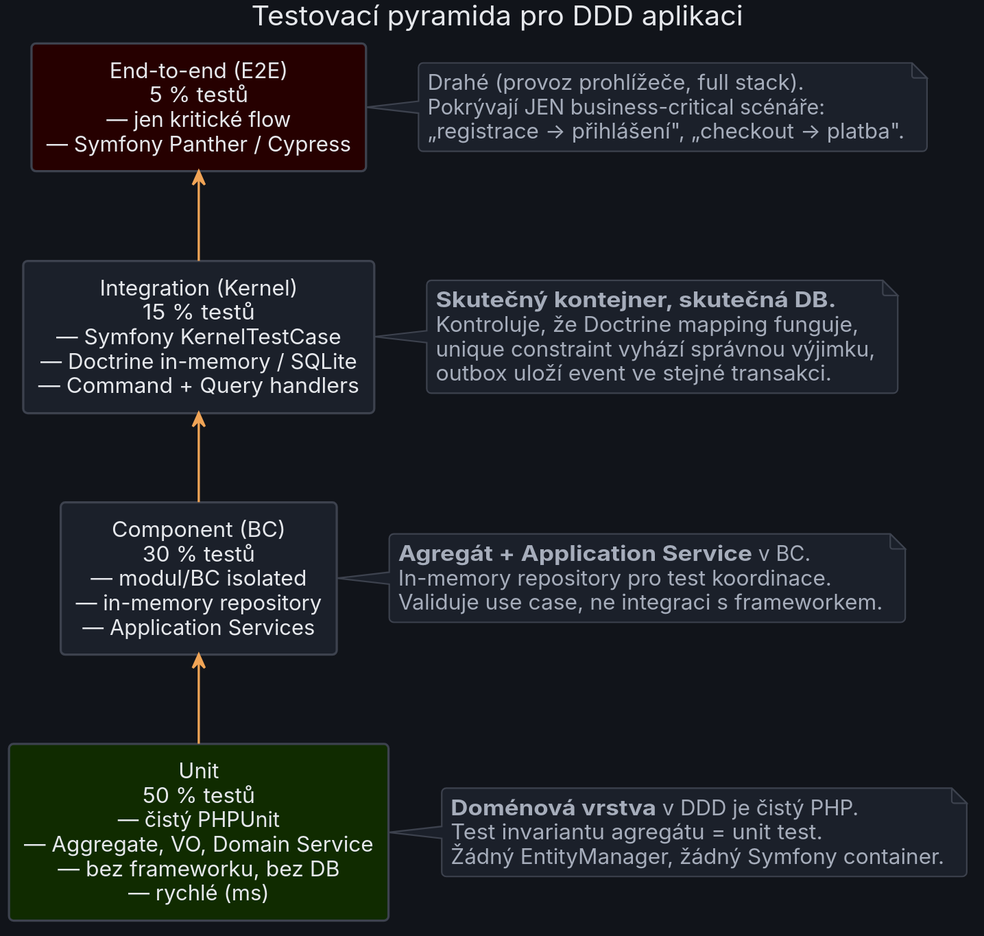
Above: public/images/diagrams/18_testing_ddd/test_pyramid.svg in MichalKatuscak/ddd-v-symfony (PlantUML), before the change. Its diagram source:
```plantuml
@startuml test_pyramid
skinparam dpi 150
skinparam backgroundColor #11141A
skinparam shadowing false
skinparam roundCorner 6

skinparam defaultFontName "DejaVu Sans"
skinparam defaultFontSize 14
skinparam defaultFontColor #E6E8EC
skinparam defaultTextAlignment center


skinparam ArrowColor #F0A456
skinparam ArrowFontColor #E6E8EC
skinparam ArrowThickness 1.5

skinparam node {
  BackgroundColor #161A22
  BorderColor #3D424E
  FontColor #E6E8EC
}

skinparam component {
  BackgroundColor #161A22
  BorderColor #3D424E
  FontColor #E6E8EC
}

skinparam rectangle {
  BackgroundColor #161A22
  BorderColor #3D424E
  FontColor #E6E8EC
}

skinparam package {
  BackgroundColor #11141A
  BorderColor #F0A456
  FontColor #F0A456
}

skinparam folder {
  BackgroundColor #161A22
  BorderColor #3D424E
  FontColor #E6E8EC
}

skinparam frame {
  BackgroundColor #161A22
  BorderColor #3D424E
  FontColor #E6E8EC
}

skinparam database {
  BackgroundColor #1B202A
  BorderColor #3D424E
  FontColor #E6E8EC
}

skinparam queue {
  BackgroundColor #1B202A
  BorderColor #3D424E
  FontColor #E6E8EC
}

skinparam cloud {
  BackgroundColor #1B202A
  BorderColor #3D424E
  FontColor #E6E8EC
}

skinparam actor {
  BackgroundColor #161A22
  BorderColor #F0A456
  FontColor #E6E8EC
}

skinparam usecase {
  BackgroundColor #161A22
  BorderColor #3D424E
  FontColor #E6E8EC
}

skinparam class {
  BackgroundColor #161A22
  BorderColor #3D424E
  HeaderBackgroundColor #1B202A
  ArrowColor #F0A456
  FontColor #E6E8EC
  AttributeFontColor #A6ADBB
  StereotypeFontColor #F0A456
}

skinparam object {
  BackgroundColor #161A22
  BorderColor #3D424E
  FontColor #E6E8EC
}

skinparam sequence {
  ParticipantBackgroundColor #161A22
  ParticipantBorderColor #3D424E
  ParticipantFontColor #E6E8EC
  ActorBackgroundColor #161A22
  ActorBorderColor #F0A456
  ActorFontColor #E6E8EC
  LifeLineBorderColor #3D424E
  LifeLineBackgroundColor #1B202A
  ArrowColor #F0A456
  ArrowFontColor #E6E8EC
  GroupBackgroundColor #1B202A
  GroupBorderColor #3D424E
  GroupFontColor #A6ADBB
  GroupHeaderFontColor #F0A456
  BoxBackgroundColor #11141A
  BoxBorderColor #F0A456
  BoxFontColor #F0A456
  DividerBackgroundColor #1B202A
  DividerBorderColor #3D424E
  DividerFontColor #A6ADBB
  ReferenceBackgroundColor #161A22
  ReferenceBorderColor #3D424E
  ReferenceFontColor #E6E8EC
  ReferenceHeaderBackgroundColor #1B202A
  StereotypeFontColor #F0A456
}

skinparam state {
  BackgroundColor #161A22
  BorderColor #3D424E
  FontColor #E6E8EC
  StartColor #F0A456
  EndColor #F0A456
  ArrowColor #F0A456
  AttributeFontColor #A6ADBB
}

skinparam activity {
  BackgroundColor #161A22
  BorderColor #3D424E
  FontColor #E6E8EC
  ArrowColor #F0A456
  StartColor #F0A456
  EndColor #F0A456
  BarColor #F0A456
  DiamondBackgroundColor #1B202A
  DiamondBorderColor #3D424E
  DiamondFontColor #E6E8EC
}

skinparam note {
  BackgroundColor #1B202A
  BorderColor #3D424E
  FontColor #A6ADBB
}

skinparam title {
  FontColor #E6E8EC
  FontSize 18
}

skinparam legend {
  BackgroundColor #161A22
  BorderColor #3D424E
  FontColor #A6ADBB
}

skinparam caption {
  FontColor #A6ADBB
}

skinparam stereotype {
  CBackgroundColor #1B202A
  CBorderColor #F0A456
  ABackgroundColor #1B202A
  ABorderColor #F0A456
  IBackgroundColor #1B202A
  IBorderColor #F0A456
  EBackgroundColor #1B202A
  EBorderColor #F0A456
}

title Testovací pyramida pro DDD aplikaci

skinparam rectangle {
  BackgroundColor #161A22
  BorderColor #3D424E
  FontColor #E6E8EC
}

rectangle "End-to-end (E2E)\n5 % testů\n— jen kritické flow\n— Symfony Panther / Cypress" as e2e #260000
rectangle "Integration (Kernel)\n15 % testů\n— Symfony KernelTestCase\n— Doctrine in-memory / SQLite\n— Command + Query handlers" as int #1B202A
rectangle "Component (BC)\n30 % testů\n— modul/BC isolated\n— in-memory repository\n— Application Services" as comp #1B202A
rectangle "Unit\n50 % testů\n— čistý PHPUnit\n— Aggregate, VO, Domain Service\n— bez frameworku, bez DB\n— rychlé (ms)" as unit #102B00

unit -[#F0A456]up-> comp
comp -[#F0A456]up-> int
int -[#F0A456]up-> e2e

note right of unit
  **Doménová vrstva** v DDD je čistý PHP.
  Test invariantu agregátu = unit test.
  Žádný EntityManager, žádný Symfony container.
end note

note right of comp
  **Agregát + Application Service** v BC.
  In-memory repository pro test koordinace.
  Validuje use case, ne integraci s frameworkem.
end note

note right of int
  **Skutečný kontejner, skutečná DB.**
  Kontroluje, že Doctrine mapping funguje,
  unique constraint vyhází správnou výjimku,
  outbox uloží event ve stejné transakci.
end note

note right of e2e
  Drahé (provoz prohlížeče, full stack).
  Pokrývají JEN business-critical scénáře:
  „registrace → přihlášení", „checkout → platba".
end note

@enduml
```
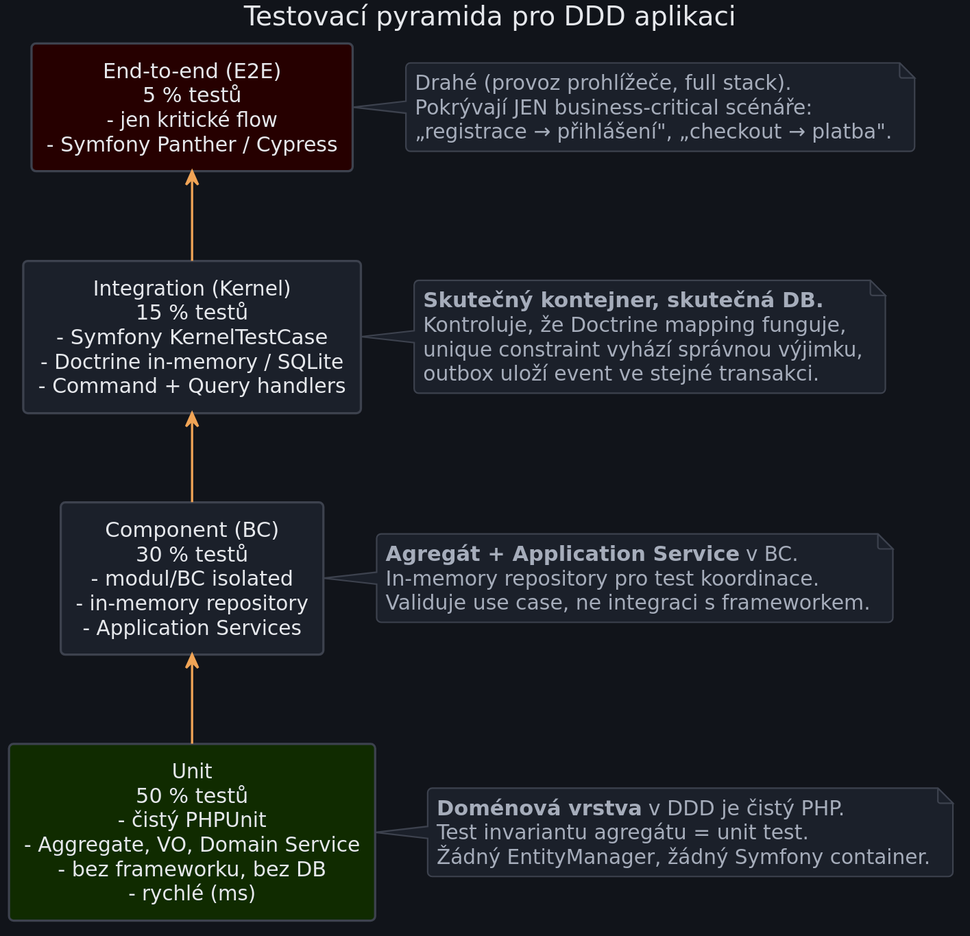
The same diagram one commit later.

Change to the diagram source:
```diff
@@ -187,10 +187,10 @@
   FontColor #E6E8EC
 }
 
-rectangle "End-to-end (E2E)\n5 % testů\n— jen kritické flow\n— Symfony Panther / Cypress" as e2e #260000
-rectangle "Integration (Kernel)\n15 % testů\n— Symfony KernelTestCase\n— Doctrine in-memory / SQLite\n— Command + Query handlers" as int #1B202A
-rectangle "Component (BC)\n30 % testů\n— modul/BC isolated\n— in-memory repository\n— Application Services" as comp #1B202A
-rectangle "Unit\n50 % testů\n— čistý PHPUnit\n— Aggregate, VO, Domain Service\n— bez frameworku, bez DB\n— rychlé (ms)" as unit #102B00
+rectangle "End-to-end (E2E)\n5 % testů\n- jen kritické flow\n- Symfony Panther / Cypress" as e2e #260000
+rectangle "Integration (Kernel)\n15 % testů\n- Symfony KernelTestCase\n- Doctrine in-memory / SQLite\n- Command + Query handlers" as int #1B202A
+rectangle "Component (BC)\n30 % testů\n- modul/BC isolated\n- in-memory repository\n- Application Services" as comp #1B202A
+rectangle "Unit\n50 % testů\n- čistý PHPUnit\n- Aggregate, VO, Domain Service\n- bez frameworku, bez DB\n- rychlé (ms)" as unit #102B00
 
 unit -[#F0A456]up-> comp
 comp -[#F0A456]up-> int
```
